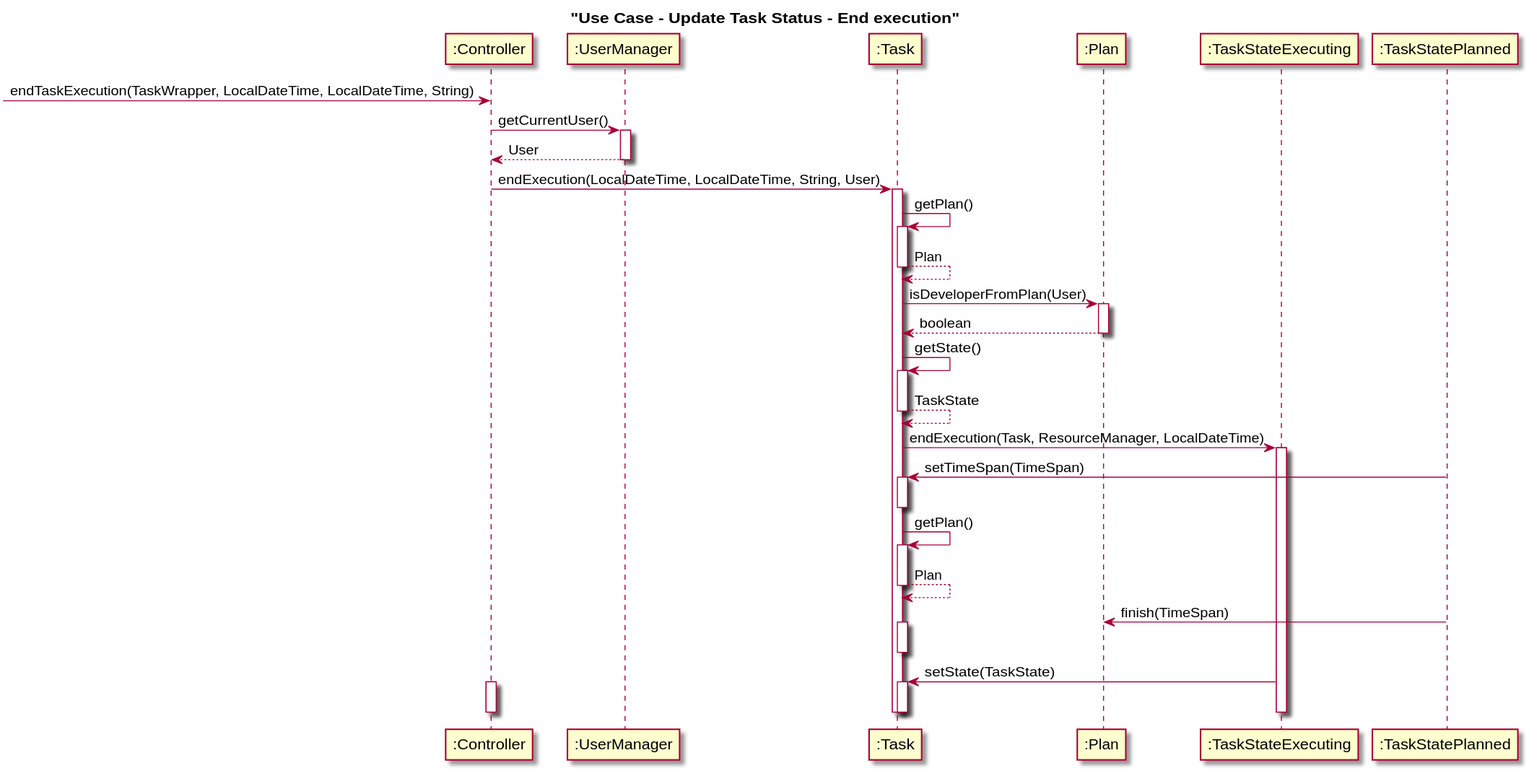
This is diagrams/interaction_diagrams/UC 8 - Update Task Status - End execution.svg from julienbenaouda/projectJJA, a PlantUML export, as it was before one commit. Its diagram source:
```plantuml
@startuml
title "Use Case - Update Task Status - End execution"

-> ":Controller": endTaskExecution(TaskWrapper, LocalDateTime, LocalDateTime, String)

":Controller" -> ":UserManager": getCurrentUser()
activate ":UserManager"
":Controller" <-- ":UserManager": User
deactivate ":UserManager"

":Controller" -> ":Task": endExecution(LocalDateTime, LocalDateTime, String, User)
activate ":Task"

":Task" -> ":Task": getPlan()
activate ":Task"
":Task" <-- ":Task": Plan
deactivate ":Task"

":Task" -> ":Plan": isDeveloperFromPlan(User)
activate ":Plan"
":Task" <-- ":Plan": boolean
deactivate ":Plan"

":Task" -> ":Task": getState()
activate ":Task"
":Task" <-- ":Task": TaskState
deactivate ":Task"

":Task" -> ":TaskStateExecuting": endExecution(Task, ResourceManager, LocalDateTime)
activate ":TaskStateExecuting"

":TaskStatePlanned" -> ":Task": setTimeSpan(TimeSpan)
activate ":Task"
deactivate ":Task"

":Task" -> ":Task": getPlan()
activate ":Task"
":Task" <-- ":Task": Plan
deactivate ":Task"

":TaskStatePlanned" -> ":Plan": finish(TimeSpan)
activate ":Task"
deactivate ":Task"

":TaskStateExecuting" -> ":Task": setState(TaskState)
activate ":Task"
deactivate ":Task"

deactivate ":TaskStateExecuting"

deactivate ":Task"

activate ":Controller"

deactivate ":Controller"
@enduml
```
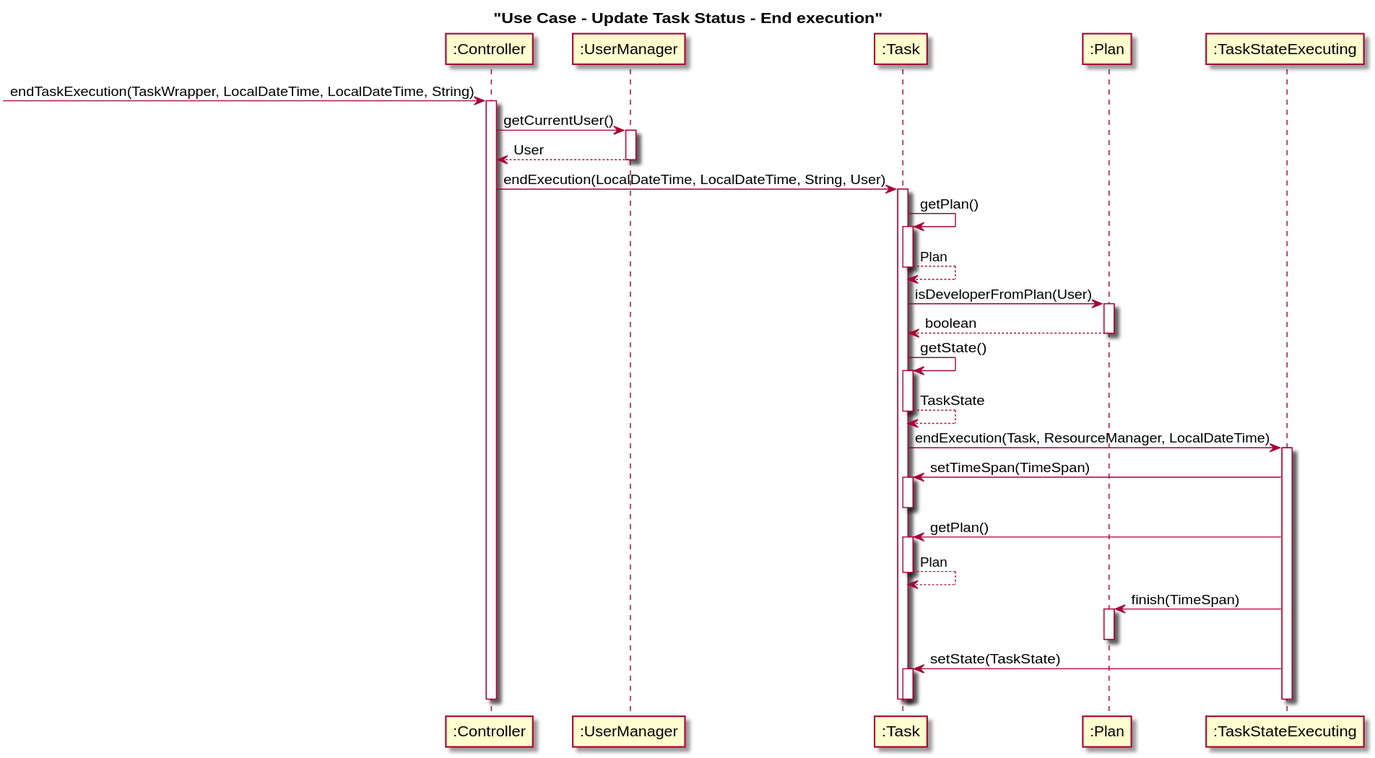
Above is the later version.

Change to the diagram source:
```diff
@@ -2,6 +2,7 @@
 title "Use Case - Update Task Status - End execution"
 
 -> ":Controller": endTaskExecution(TaskWrapper, LocalDateTime, LocalDateTime, String)
+activate ":Controller"
 
 ":Controller" -> ":UserManager": getCurrentUser()
 activate ":UserManager"
@@ -29,18 +30,18 @@
 ":Task" -> ":TaskStateExecuting": endExecution(Task, ResourceManager, LocalDateTime)
 activate ":TaskStateExecuting"
 
-":TaskStatePlanned" -> ":Task": setTimeSpan(TimeSpan)
+":TaskStateExecuting" -> ":Task": setTimeSpan(TimeSpan)
 activate ":Task"
 deactivate ":Task"
 
-":Task" -> ":Task": getPlan()
+":TaskStateExecuting" -> ":Task": getPlan()
 activate ":Task"
 ":Task" <-- ":Task": Plan
 deactivate ":Task"
 
-":TaskStatePlanned" -> ":Plan": finish(TimeSpan)
-activate ":Task"
-deactivate ":Task"
+":TaskStateExecuting" -> ":Plan": finish(TimeSpan)
+activate ":Plan"
+deactivate ":Plan"
 
 ":TaskStateExecuting" -> ":Task": setState(TaskState)
 activate ":Task"
@@ -50,7 +51,5 @@
 
 deactivate ":Task"
 
-activate ":Controller"
-
 deactivate ":Controller"
 @enduml
```
